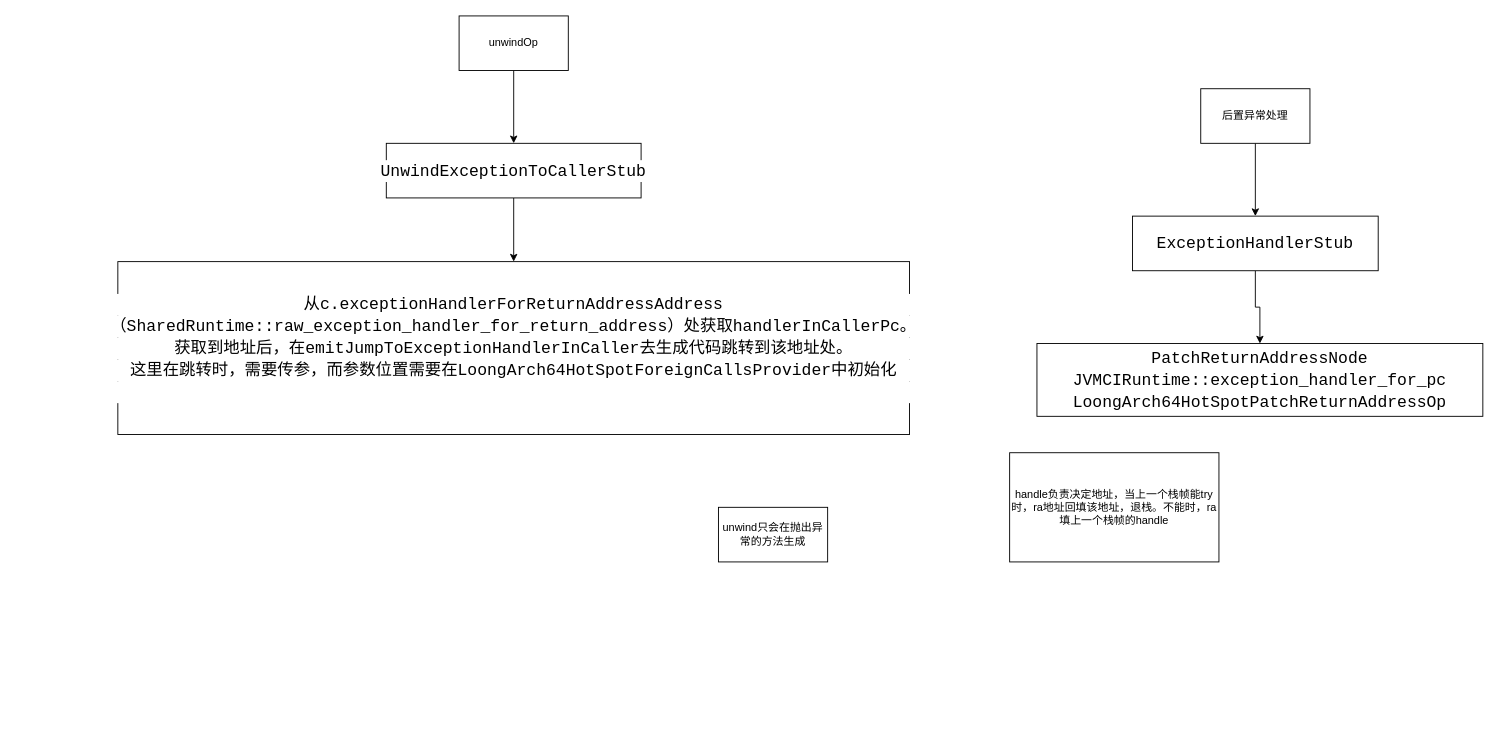
This is exception.drawio from f123888/Draw.IO, a draw.io file, before an edit. Source tidied: cells renumbered, new cells numbered last; positions are measured from the earlier drawing's top-left corner, leaving out a move shared by most shapes. Both pictures are drawn from the tidied source at 91%, with x=0, y=0 at pixel (117, 15).
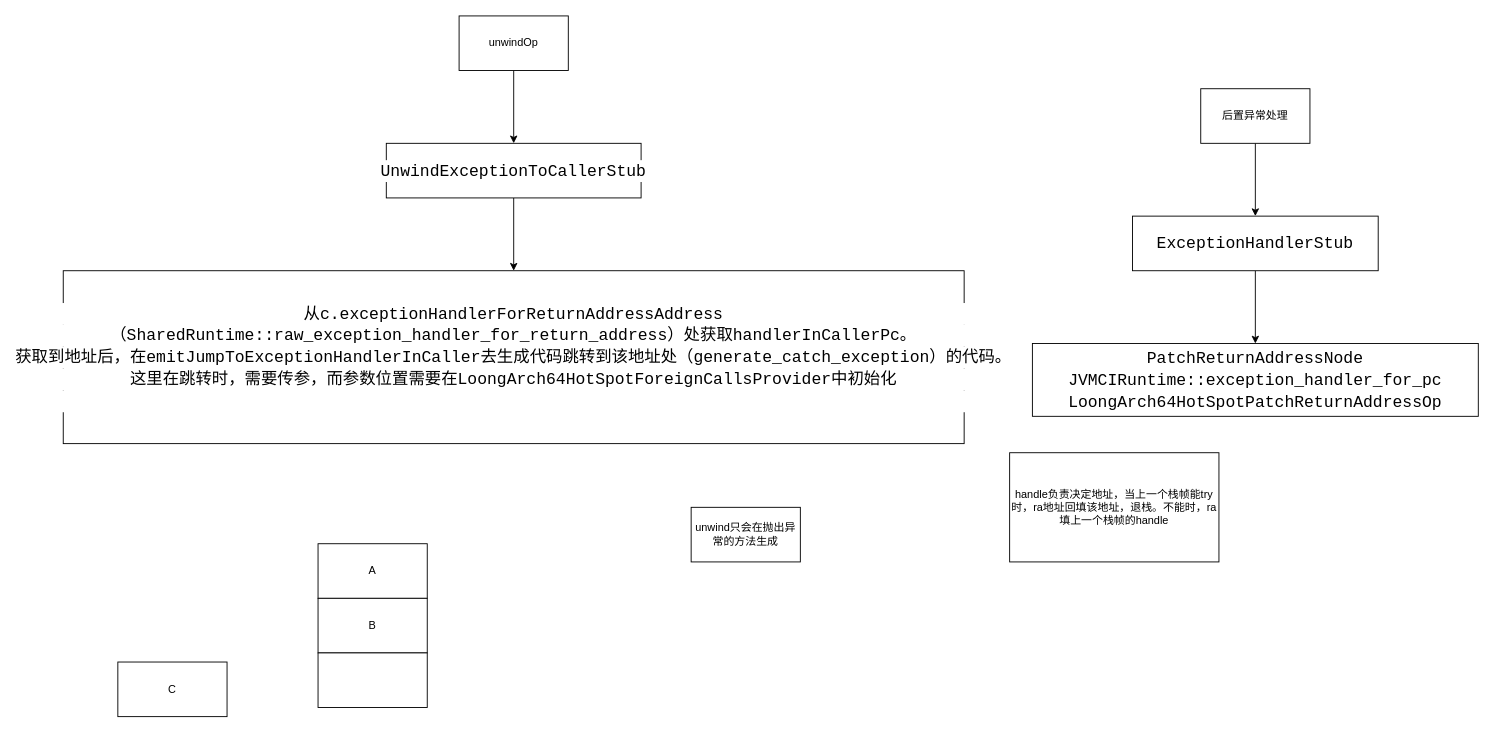
The same diagram, later.

Change to the diagram source:
```diff
@@
 <mxGraphModel>
   <root>
     <mxCell id="0" />
     <mxCell id="1" parent="0" />
     <mxCell id="2" style="edgeStyle=orthogonalEdgeStyle;rounded=0;jettySize=auto;html=1;" parent="1" edge="1" source="3" target="5">
       <mxGeometry relative="1" as="geometry" />
     </mxCell>
     <mxCell id="3" value="unwindOp" style="rounded=0;whiteSpace=wrap;html=1;" parent="1" vertex="1">
       <mxGeometry x="375" width="120" height="60" as="geometry" />
     </mxCell>
     <mxCell id="4" style="edgeStyle=orthogonalEdgeStyle;rounded=0;jettySize=auto;html=1;" parent="1" edge="1" source="5" target="6">
       <mxGeometry relative="1" as="geometry" />
     </mxCell>
     <mxCell id="5" value="&lt;div style=&quot;background-color: rgb(255, 255, 255); font-family: Consolas, &amp;quot;Courier New&amp;quot;, monospace; font-size: 18px; line-height: 24px; white-space: pre;&quot;&gt;UnwindExceptionToCallerStub&lt;/div&gt;" style="rounded=0;whiteSpace=wrap;html=1;" parent="1" vertex="1">
       <mxGeometry x="295" y="140" width="280" height="60" as="geometry" />
     </mxCell>
-    <mxCell id="6" value="&lt;div style=&quot;background-color: rgb(255, 255, 255); font-family: Consolas, &amp;quot;Courier New&amp;quot;, monospace; font-size: 18px; line-height: 24px; white-space: pre;&quot;&gt;从&lt;span style=&quot;color: light-dark(rgb(0, 0, 0), rgb(255, 255, 255));&quot;&gt;c.exceptionHandlerForReturnAddressAddress&lt;/span&gt;&lt;/div&gt;&lt;div style=&quot;background-color: rgb(255, 255, 255); font-family: Consolas, &amp;quot;Courier New&amp;quot;, monospace; font-size: 18px; line-height: 24px; white-space: pre;&quot;&gt;&lt;span style=&quot;color: light-dark(rgb(0, 0, 0), rgb(255, 255, 255));&quot;&gt;（&lt;/span&gt;&lt;span style=&quot;color: light-dark(rgb(0, 0, 0), rgb(255, 255, 255));&quot;&gt;SharedRuntime::raw_exception_handler_for_return_address&lt;/span&gt;&lt;span style=&quot;color: light-dark(rgb(0, 0, 0), rgb(255, 255, 255));&quot;&gt;）处获取&lt;/span&gt;&lt;span style=&quot;color: light-dark(rgb(0, 0, 0), rgb(255, 255, 255));&quot;&gt;handlerInCallerPc。&lt;/span&gt;&lt;/div&gt;&lt;div style=&quot;background-color: rgb(255, 255, 255); font-family: Consolas, &amp;quot;Courier New&amp;quot;, monospace; font-size: 18px; line-height: 24px; white-space: pre;&quot;&gt;&lt;span style=&quot;color: light-dark(rgb(0, 0, 0), rgb(255, 255, 255));&quot;&gt;获取到地址后，在&lt;/span&gt;&lt;span style=&quot;color: light-dark(rgb(0, 0, 0), rgb(255, 255, 255));&quot;&gt;emitJumpToExceptionHandlerInCaller去生成代码跳转到该地址处。&lt;/span&gt;&lt;/div&gt;&lt;div style=&quot;background-color: rgb(255, 255, 255); font-family: Consolas, &amp;quot;Courier New&amp;quot;, monospace; font-size: 18px; line-height: 24px; white-space: pre;&quot;&gt;&lt;span style=&quot;color: light-dark(rgb(0, 0, 0), rgb(255, 255, 255));&quot;&gt;这里在跳转时，需要传参，而参数位置需要在&lt;/span&gt;&lt;span style=&quot;color: light-dark(rgb(0, 0, 0), rgb(255, 255, 255));&quot;&gt;LoongArch64HotSpotForeignCallsProvider中初始化&lt;/span&gt;&lt;/div&gt;&lt;div style=&quot;background-color: rgb(255, 255, 255); font-family: Consolas, &amp;quot;Courier New&amp;quot;, monospace; font-size: 18px; line-height: 24px; white-space: pre;&quot;&gt;&lt;span style=&quot;color: light-dark(rgb(0, 0, 0), rgb(255, 255, 255));&quot;&gt;&lt;br&gt;&lt;/span&gt;&lt;/div&gt;" style="rounded=0;whiteSpace=wrap;html=1;" parent="1" vertex="1">
-      <mxGeometry y="270" width="870" height="190" as="geometry" />
+    <mxCell id="6" value="&lt;div style=&quot;background-color: rgb(255, 255, 255); font-family: Consolas, &amp;quot;Courier New&amp;quot;, monospace; font-size: 18px; line-height: 24px; white-space: pre;&quot;&gt;从&lt;span style=&quot;color: light-dark(rgb(0, 0, 0), rgb(255, 255, 255));&quot;&gt;c.exceptionHandlerForReturnAddressAddress&lt;/span&gt;&lt;/div&gt;&lt;div style=&quot;background-color: rgb(255, 255, 255); font-family: Consolas, &amp;quot;Courier New&amp;quot;, monospace; font-size: 18px; line-height: 24px; white-space: pre;&quot;&gt;&lt;span style=&quot;color: light-dark(rgb(0, 0, 0), rgb(255, 255, 255));&quot;&gt;（&lt;/span&gt;&lt;span style=&quot;color: light-dark(rgb(0, 0, 0), rgb(255, 255, 255));&quot;&gt;SharedRuntime::raw_exception_handler_for_return_address&lt;/span&gt;&lt;span style=&quot;color: light-dark(rgb(0, 0, 0), rgb(255, 255, 255));&quot;&gt;）处获取&lt;/span&gt;&lt;span style=&quot;color: light-dark(rgb(0, 0, 0), rgb(255, 255, 255));&quot;&gt;handlerInCallerPc。&lt;/span&gt;&lt;/div&gt;&lt;div style=&quot;background-color: rgb(255, 255, 255); font-family: Consolas, &amp;quot;Courier New&amp;quot;, monospace; font-size: 18px; line-height: 24px; white-space: pre;&quot;&gt;&lt;span style=&quot;color: light-dark(rgb(0, 0, 0), rgb(255, 255, 255));&quot;&gt;获取到地址后，在&lt;/span&gt;&lt;span style=&quot;color: light-dark(rgb(0, 0, 0), rgb(255, 255, 255));&quot;&gt;emitJumpToExceptionHandlerInCaller去生成代码跳转到该地址处（&lt;/span&gt;&lt;span style=&quot;color: light-dark(rgb(0, 0, 0), rgb(255, 255, 255));&quot;&gt;generate_catch_exception&lt;/span&gt;&lt;span style=&quot;color: light-dark(rgb(0, 0, 0), rgb(255, 255, 255)); background-color: light-dark(rgb(255, 255, 255), rgb(18, 18, 18));&quot;&gt;）的代码。&lt;/span&gt;&lt;/div&gt;&lt;div style=&quot;background-color: rgb(255, 255, 255); font-family: Consolas, &amp;quot;Courier New&amp;quot;, monospace; font-size: 18px; line-height: 24px; white-space: pre;&quot;&gt;&lt;span style=&quot;color: light-dark(rgb(0, 0, 0), rgb(255, 255, 255));&quot;&gt;这里在跳转时，需要传参，而参数位置需要在&lt;/span&gt;&lt;span style=&quot;color: light-dark(rgb(0, 0, 0), rgb(255, 255, 255));&quot;&gt;LoongArch64HotSpotForeignCallsProvider中初始化&lt;/span&gt;&lt;/div&gt;&lt;div style=&quot;background-color: rgb(255, 255, 255); font-family: Consolas, &amp;quot;Courier New&amp;quot;, monospace; font-size: 18px; line-height: 24px; white-space: pre;&quot;&gt;&lt;span style=&quot;color: light-dark(rgb(0, 0, 0), rgb(255, 255, 255));&quot;&gt;&lt;br&gt;&lt;/span&gt;&lt;/div&gt;" style="rounded=0;whiteSpace=wrap;html=1;" parent="1" vertex="1">
+      <mxGeometry x="-60" y="280" width="990" height="190" as="geometry" />
     </mxCell>
     <mxCell id="7" style="edgeStyle=orthogonalEdgeStyle;rounded=0;jettySize=auto;html=1;" parent="1" edge="1" source="8" target="10">
       <mxGeometry relative="1" as="geometry" />
     </mxCell>
     <mxCell id="8" value="后置异常处理" style="rounded=0;whiteSpace=wrap;html=1;" parent="1" vertex="1">
       <mxGeometry x="1190" y="80" width="120" height="60" as="geometry" />
     </mxCell>
     <mxCell id="9" style="edgeStyle=orthogonalEdgeStyle;rounded=0;jettySize=auto;html=1;" parent="1" edge="1" source="10" target="11">
       <mxGeometry relative="1" as="geometry" />
     </mxCell>
     <mxCell id="10" value="&lt;div style=&quot;background-color: rgb(255, 255, 255); font-family: Consolas, &amp;quot;Courier New&amp;quot;, monospace; font-size: 18px; line-height: 24px; white-space: pre;&quot;&gt;ExceptionHandlerStub&lt;/div&gt;" style="whiteSpace=wrap;html=1;rounded=0;" parent="1" vertex="1">
       <mxGeometry x="1115" y="220" width="270" height="60" as="geometry" />
     </mxCell>
     <mxCell id="11" value="&lt;div style=&quot;background-color: rgb(255, 255, 255); font-family: Consolas, &amp;quot;Courier New&amp;quot;, monospace; font-size: 18px; line-height: 24px; white-space: pre;&quot;&gt;PatchReturnAddressNode&lt;/div&gt;&lt;div style=&quot;background-color: rgb(255, 255, 255); font-family: Consolas, &amp;quot;Courier New&amp;quot;, monospace; font-size: 18px; line-height: 24px; white-space: pre;&quot;&gt;&lt;div style=&quot;line-height: 24px;&quot;&gt;JVMCIRuntime::exception_handler_for_pc&lt;/div&gt;&lt;div style=&quot;line-height: 24px;&quot;&gt;&lt;div style=&quot;line-height: 24px;&quot;&gt;LoongArch64HotSpotPatchReturnAddressOp&lt;/div&gt;&lt;/div&gt;&lt;/div&gt;" style="whiteSpace=wrap;html=1;rounded=0;" parent="1" vertex="1">
-      <mxGeometry x="1010" y="360" width="490" height="80" as="geometry" />
+      <mxGeometry x="1005" y="360" width="490" height="80" as="geometry" />
     </mxCell>
     <mxCell id="12" value="handle负责决定地址，当上一个栈帧能try时，ra地址回填该地址，退栈。不能时，ra填上一个栈帧的handle" style="whiteSpace=wrap;html=1;" parent="1" vertex="1">
       <mxGeometry x="980" y="480" width="230" height="120" as="geometry" />
     </mxCell>
     <mxCell id="13" value="unwind只会在抛出异常的方法生成" style="whiteSpace=wrap;html=1;" parent="1" vertex="1">
-      <mxGeometry x="660" y="540" width="120" height="60" as="geometry" />
+      <mxGeometry x="630" y="540" width="120" height="60" as="geometry" />
     </mxCell>
+    <mxCell id="14" value="C" style="rounded=0;whiteSpace=wrap;html=1;" parent="1" vertex="1">
+      <mxGeometry y="710" width="120" height="60" as="geometry" />
+    </mxCell>
+    <mxCell id="15" value="A" style="rounded=0;whiteSpace=wrap;html=1;" parent="1" vertex="1">
+      <mxGeometry x="220" y="580" width="120" height="60" as="geometry" />
+    </mxCell>
+    <mxCell id="16" value="B" style="rounded=0;whiteSpace=wrap;html=1;" parent="1" vertex="1">
+      <mxGeometry x="220" y="640" width="120" height="60" as="geometry" />
+    </mxCell>
+    <mxCell id="17" style="rounded=0;whiteSpace=wrap;html=1;" parent="1" vertex="1">
+      <mxGeometry x="220" y="700" width="120" height="60" as="geometry" />
+    </mxCell>
   </root>
 </mxGraphModel>
```
